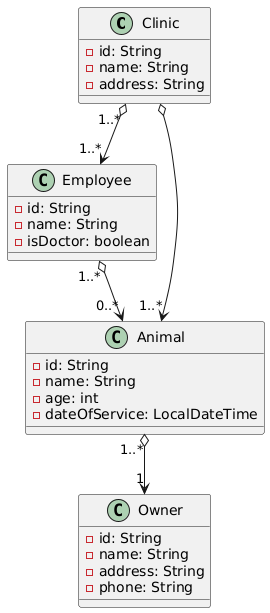
The PlantUML diagram docs/veterinary-clinic.models.png in miw-upm/apaw-practice, before a commit.
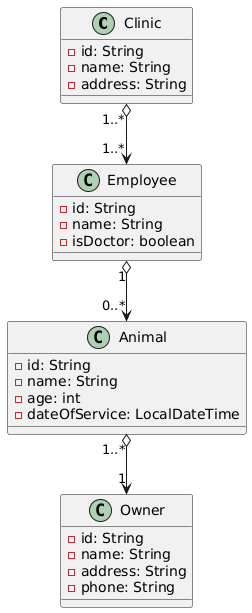
The same file after the commit.

Commit message:
Refactoring model #818

Diff of the diagram source:
```diff
@@ -1,8 +1,7 @@
 @startuml
 Clinic "1..*" o-down-> "1..*" Employee
-Clinic o-down-> "1..*" Animal
 Animal "1..*" o-down-> "1" Owner
-Employee "1..*" o-down-> "0..*" Animal
+Employee "1" o-down-> "0..*" Animal
 
 class Clinic {
   - id: String
```
